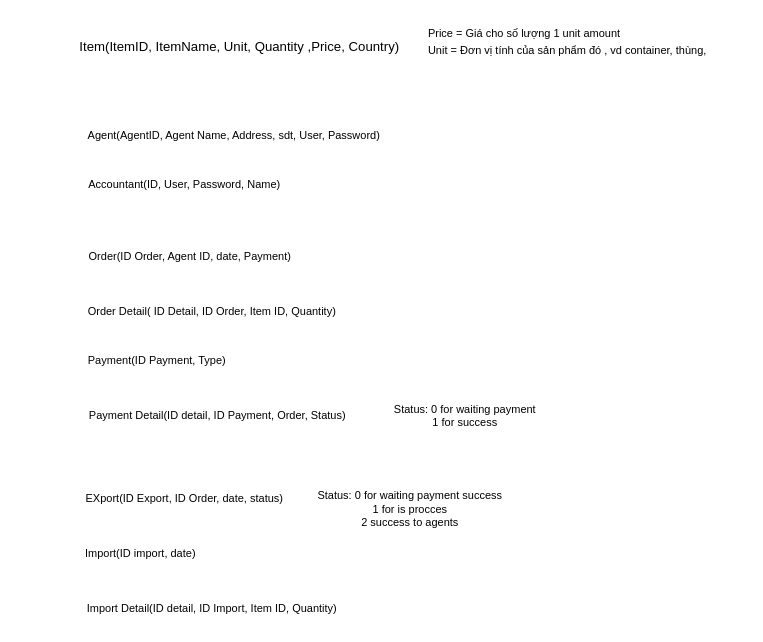
Earlier version of the draw.io diagram page "Database" (1 of 2) of SE_Final.drawio (KTPx4/SE_Final). Source tidied: cells renumbered, new cells numbered last; positions are measured from the earlier drawing's top-left corner, leaving out a move shared by most shapes. Both pictures are drawn from the tidied source at 110%, with x=0, y=0 at pixel (68, 19).
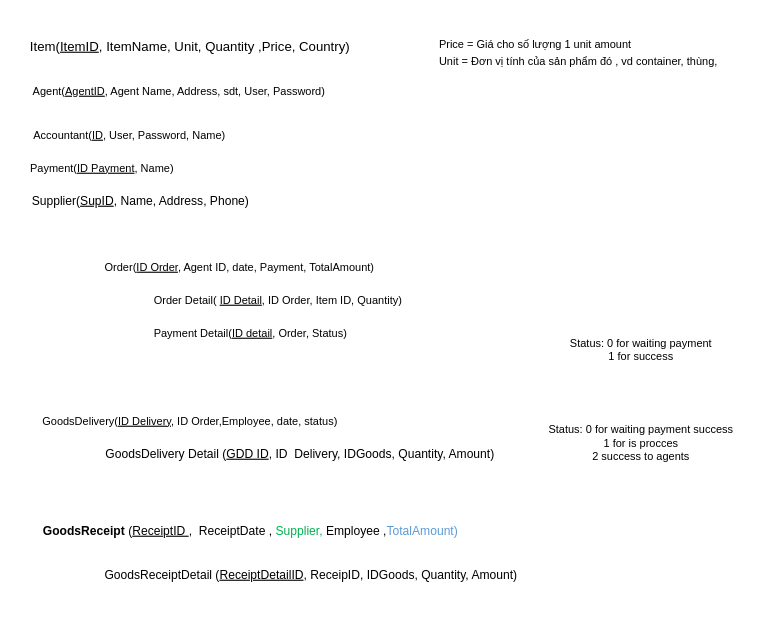
After the change.

Diff of the diagram source:
```diff
@@
 <mxGraphModel>
   <root>
     <mxCell id="0" />
     <mxCell id="1" parent="0" />
-    <mxCell id="2" value="Item(ItemID, ItemName, Unit, Quantity ,Price, Country)" style="text;html=1;align=center;verticalAlign=middle;strokeColor=none;fillColor=none;" parent="1" vertex="1">
-      <mxGeometry y="10" width="310" height="30" as="geometry" />
+    <mxCell id="2" value="Item(&lt;u&gt;ItemID&lt;/u&gt;, ItemName, Unit, Quantity ,Price, Country)" style="text;html=1;align=center;verticalAlign=middle;strokeColor=none;fillColor=none;" parent="1" vertex="1">
+      <mxGeometry x="-45" y="10" width="310" height="30" as="geometry" />
     </mxCell>
     <mxCell id="3" value="&lt;font style=&quot;font-size: 10px;&quot;&gt;Price = Giá cho số lượng 1 unit amount&lt;br&gt;Unit = Đơn vị tính của sản phẩm đó , vd container, thùng,&amp;nbsp;&lt;/font&gt;" style="text;html=1;align=left;verticalAlign=middle;strokeColor=none;fillColor=none;" parent="1" vertex="1">
-      <mxGeometry x="325" width="280" height="40" as="geometry" />
+      <mxGeometry x="335" y="10" width="280" height="40" as="geometry" />
     </mxCell>
-    <mxCell id="4" value="Agent(AgentID, Agent Name, Address, sdt, User, Password)" style="text;html=1;align=center;verticalAlign=middle;strokeColor=none;fillColor=none;fontSize=10;" parent="1" vertex="1">
-      <mxGeometry x="5" y="90" width="290" height="30" as="geometry" />
+    <mxCell id="4" value="Agent(&lt;u&gt;AgentID&lt;/u&gt;, Agent Name, Address, sdt, User, Password)" style="text;html=1;align=center;verticalAlign=middle;strokeColor=none;fillColor=none;fontSize=10;" parent="1" vertex="1">
+      <mxGeometry x="-45" y="50" width="290" height="30" as="geometry" />
     </mxCell>
-    <mxCell id="5" value="Accountant(ID, User, Password, Name)" style="text;html=1;align=center;verticalAlign=middle;strokeColor=none;fillColor=none;fontSize=10;" parent="1" vertex="1">
-      <mxGeometry x="5" y="135" width="200" height="30" as="geometry" />
+    <mxCell id="5" value="Accountant(&lt;u&gt;ID&lt;/u&gt;, User, Password, Name)" style="text;html=1;align=center;verticalAlign=middle;strokeColor=none;fillColor=none;fontSize=10;" parent="1" vertex="1">
+      <mxGeometry x="-45" y="90" width="200" height="30" as="geometry" />
     </mxCell>
-    <mxCell id="6" value="Order(ID Order, Agent ID, date, Payment)" style="text;html=1;align=center;verticalAlign=middle;strokeColor=none;fillColor=none;fontSize=10;" parent="1" vertex="1">
-      <mxGeometry x="5" y="200" width="210" height="30" as="geometry" />
+    <mxCell id="6" value="Order(&lt;u&gt;ID Order&lt;/u&gt;, Agent ID, date, Payment, TotalAmount)" style="text;html=1;align=center;verticalAlign=middle;strokeColor=none;fillColor=none;fontSize=10;" parent="1" vertex="1">
+      <mxGeometry x="20" y="210" width="270" height="30" as="geometry" />
     </mxCell>
-    <mxCell id="7" value="Order Detail( ID Detail, ID Order, Item ID, Quantity)" style="text;html=1;align=center;verticalAlign=middle;strokeColor=none;fillColor=none;fontSize=10;" parent="1" vertex="1">
-      <mxGeometry x="5" y="250" width="250" height="30" as="geometry" />
+    <mxCell id="7" value="Order Detail( &lt;u&gt;ID Detail&lt;/u&gt;, ID Order, Item ID, Quantity)" style="text;html=1;align=center;verticalAlign=middle;strokeColor=none;fillColor=none;fontSize=10;" parent="1" vertex="1">
+      <mxGeometry x="65" y="240" width="250" height="30" as="geometry" />
     </mxCell>
-    <mxCell id="8" value="Payment(ID Payment, Type)" style="text;html=1;align=center;verticalAlign=middle;strokeColor=none;fillColor=none;fontSize=10;" parent="1" vertex="1">
-      <mxGeometry x="5" y="295" width="150" height="30" as="geometry" />
+    <mxCell id="8" value="Payment(&lt;u&gt;ID Payment&lt;/u&gt;, Name)" style="text;html=1;align=center;verticalAlign=middle;strokeColor=none;fillColor=none;fontSize=10;" parent="1" vertex="1">
+      <mxGeometry x="-45" y="120" width="150" height="30" as="geometry" />
     </mxCell>
-    <mxCell id="9" value="Payment Detail(ID detail, ID Payment, Order, Status)" style="text;html=1;align=center;verticalAlign=middle;strokeColor=none;fillColor=none;fontSize=10;" parent="1" vertex="1">
-      <mxGeometry x="5" y="345" width="260" height="30" as="geometry" />
+    <mxCell id="9" value="Payment Detail(&lt;u&gt;ID detail&lt;/u&gt;, Order, Status)" style="text;html=1;align=center;verticalAlign=middle;strokeColor=none;fillColor=none;fontSize=10;" parent="1" vertex="1">
+      <mxGeometry x="65" y="270" width="200" height="30" as="geometry" />
     </mxCell>
-    <mxCell id="10" value="EXport(ID Export, ID Order, date, status)" style="text;html=1;align=center;verticalAlign=middle;strokeColor=none;fillColor=none;fontSize=10;" parent="1" vertex="1">
-      <mxGeometry x="5" y="420" width="200" height="30" as="geometry" />
+    <mxCell id="10" value="GoodsDelivery(&lt;u&gt;ID Delivery,&lt;/u&gt; ID Order,Employee, date, status)" style="text;html=1;align=center;verticalAlign=middle;strokeColor=none;fillColor=none;fontSize=10;" parent="1" vertex="1">
+      <mxGeometry x="-35" y="350" width="290" height="30" as="geometry" />
     </mxCell>
     <mxCell id="11" value="Status: 0 for waiting payment&lt;br&gt;1 for success" style="text;html=1;align=center;verticalAlign=middle;strokeColor=none;fillColor=none;fontSize=10;" parent="1" vertex="1">
-      <mxGeometry x="285" y="340" width="150" height="40" as="geometry" />
+      <mxGeometry x="445" y="280" width="150" height="40" as="geometry" />
     </mxCell>
     <mxCell id="12" value="Status: 0 for waiting payment success&lt;br&gt;1 for is procces&lt;br&gt;2 success to agents" style="text;html=1;align=center;verticalAlign=middle;strokeColor=none;fillColor=none;fontSize=10;" parent="1" vertex="1">
-      <mxGeometry x="215" y="420" width="190" height="50" as="geometry" />
+      <mxGeometry x="425" y="360" width="190" height="50" as="geometry" />
     </mxCell>
-    <mxCell id="13" value="Import(ID import, date)" style="text;html=1;align=center;verticalAlign=middle;strokeColor=none;fillColor=none;fontSize=10;" parent="1" vertex="1">
-      <mxGeometry x="5" y="470" width="120" height="30" as="geometry" />
-    </mxCell>
-    <mxCell id="14" value="Import Detail(ID detail, ID Import, Item ID, Quantity)" style="text;html=1;align=center;verticalAlign=middle;strokeColor=none;fillColor=none;fontSize=10;" parent="1" vertex="1">
-      <mxGeometry x="5" y="520" width="250" height="30" as="geometry" />
-    </mxCell>
+    <mxCell id="15" value="&lt;p style=&quot;text-align: justify; font-size: 11px;&quot; class=&quot;MsoNormal&quot;&gt;&lt;font style=&quot;font-size: 11px;&quot;&gt;&lt;b style=&quot;&quot;&gt;GoodsReceipt&lt;/b&gt;&lt;span style=&quot;line-height: 107%;&quot;&gt; (&lt;/span&gt;&lt;/font&gt;&lt;span style=&quot;background-color: initial;&quot;&gt;&lt;u&gt;ReceiptID &lt;/u&gt;,&amp;nbsp;&lt;/span&gt;&lt;span style=&quot;background-color: initial;&quot;&gt;&amp;nbsp;&lt;/span&gt;&lt;span style=&quot;background-color: initial;&quot;&gt;ReceiptDate ,&amp;nbsp;&lt;/span&gt;&lt;span style=&quot;color: rgb(0, 176, 80); background-color: initial;&quot;&gt;Supplier,&amp;nbsp;&lt;/span&gt;&lt;span style=&quot;background-color: initial;&quot;&gt;Employee ,&lt;/span&gt;&lt;span style=&quot;color: rgb(91, 155, 213); background-color: initial;&quot;&gt;TotalAmount)&lt;/span&gt;&lt;/p&gt;" style="text;html=1;align=center;verticalAlign=middle;strokeColor=none;fillColor=none;" parent="1" vertex="1">
+      <mxGeometry x="-35" y="440" width="400" height="50" as="geometry" />
+    </mxCell>
+    <mxCell id="16" value="GoodsReceiptDetail (&lt;u&gt;ReceiptDetailID&lt;/u&gt;, ReceipID, IDGoods, Quantity, Amount)" style="text;html=1;align=center;verticalAlign=middle;strokeColor=none;fillColor=none;fontSize=11;" parent="1" vertex="1">
+      <mxGeometry x="20" y="490" width="400" height="30" as="geometry" />
+    </mxCell>
+    <mxCell id="17" value="GoodsDelivery Detail (&lt;u&gt;GDD ID&lt;/u&gt;, ID&amp;nbsp; Delivery, IDGoods, Quantity, Amount)" style="text;html=1;align=center;verticalAlign=middle;strokeColor=none;fillColor=none;fontSize=11;" parent="1" vertex="1">
+      <mxGeometry x="20" y="380" width="380" height="30" as="geometry" />
+    </mxCell>
+    <mxCell id="18" value="Supplier(&lt;u&gt;SupID&lt;/u&gt;, Name, Address, Phone)" style="text;html=1;align=center;verticalAlign=middle;strokeColor=none;fillColor=none;fontSize=11;" parent="1" vertex="1">
+      <mxGeometry x="-45" y="150" width="220" height="30" as="geometry" />
+    </mxCell>
   </root>
 </mxGraphModel>
```
